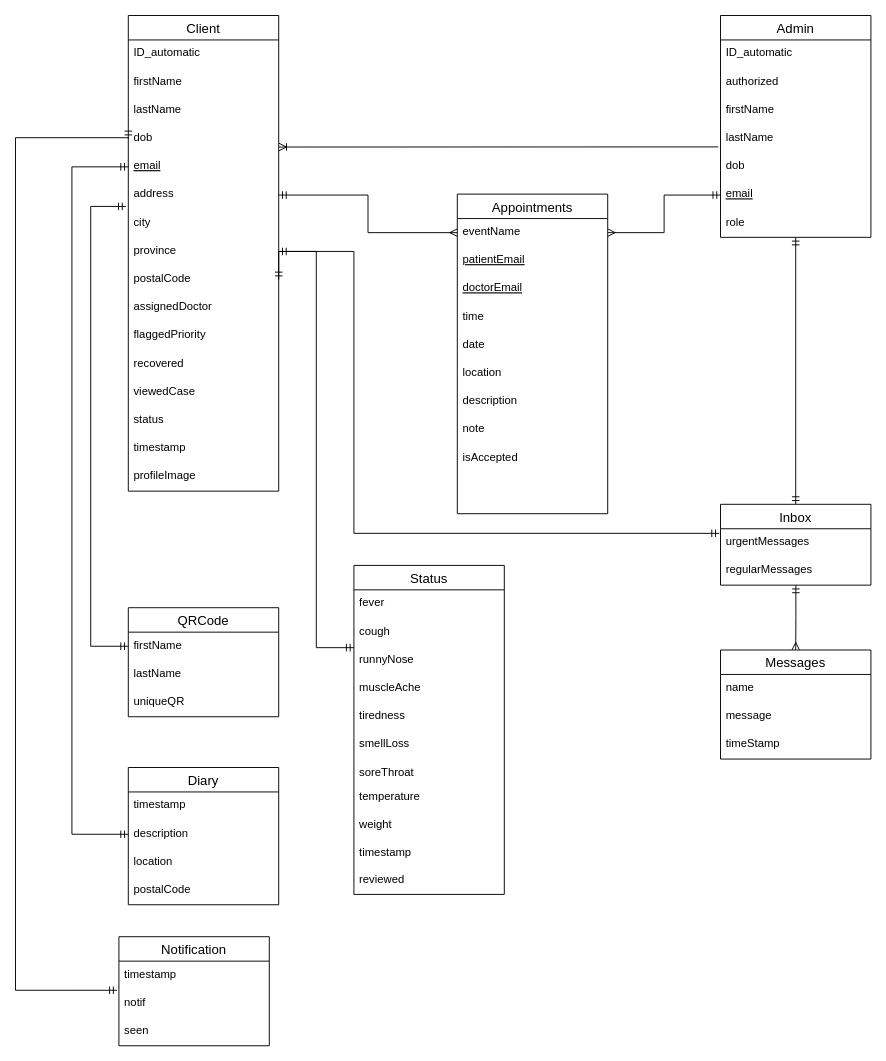
Before: wiki_docs/SAD/Database diagram.drawio in SamanthaGuillemette/SOEN390, a draw.io diagram. Source tidied: cells renumbered, new cells numbered last; positions are measured from the earlier drawing's top-left corner, leaving out a move shared by most shapes. Both pictures are drawn from the tidied source at 94%, with x=0, y=0 at pixel (15, 15).
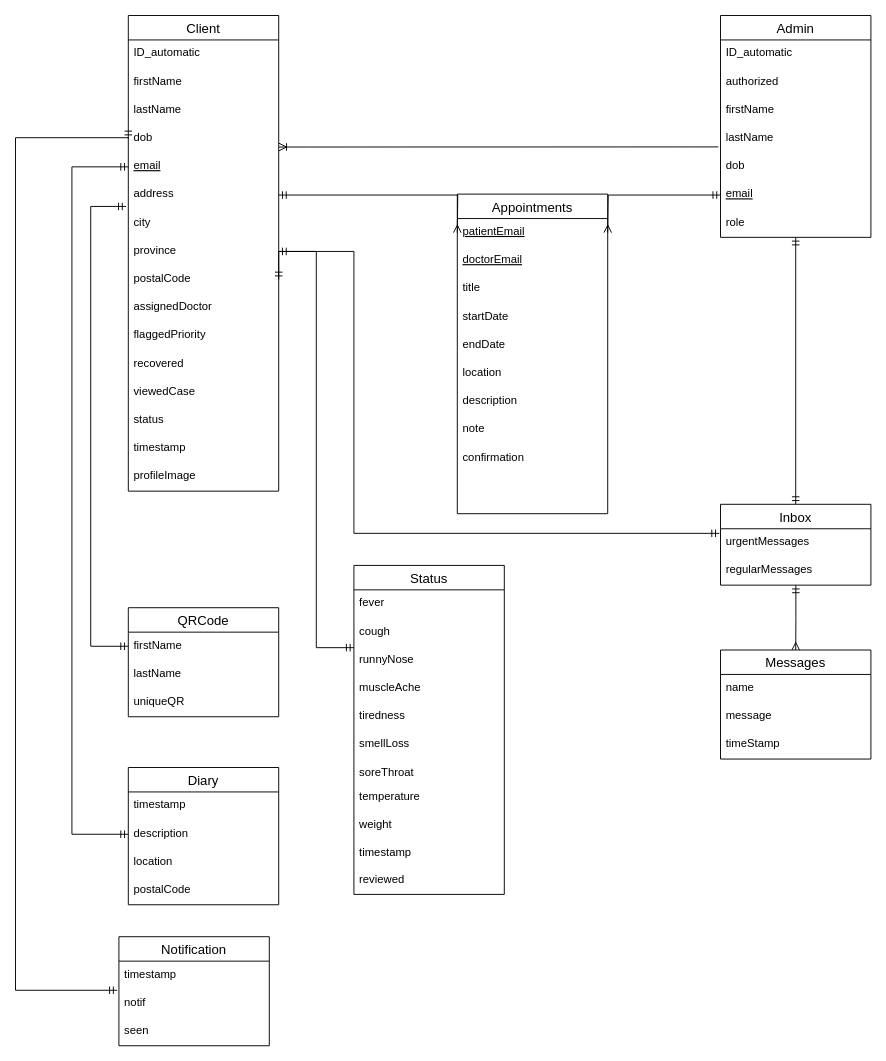
The same diagram, later.

Unchanged cells that the change refers to:
```xml
<mxCell id="20" value="address" style="text;strokeColor=none;fillColor=none;spacingLeft=4;spacingRight=4;overflow=hidden;points=[[0,0.5],[1,0.5]];portConstraint=eastwest;fontSize=12;" parent="14" vertex="1">
  <mxGeometry y="176" width="160" height="30" as="geometry" />
</mxCell>
<mxCell id="37" value="email" style="text;strokeColor=none;fillColor=none;spacingLeft=4;spacingRight=4;overflow=hidden;points=[[0,0.5],[1,0.5]];portConstraint=eastwest;fontSize=12;fontStyle=4;" parent="31" vertex="1">
  <mxGeometry y="176" width="160" height="30" as="geometry" />
</mxCell>
<mxCell id="39" value="Appointments" style="swimlane;fontStyle=0;horizontal=1;startSize=26;align=center;fontSize=14;" parent="1" vertex="1">
  <mxGeometry x="470" y="190" width="160" height="340" as="geometry" />
</mxCell>
```

What changed in the source:
```diff
@@
-    <mxCell id="40" value="eventName" style="text;strokeColor=none;fillColor=none;spacingLeft=4;spacingRight=4;overflow=hidden;points=[[0,0.5],[1,0.5]];portConstraint=eastwest;fontSize=12;" parent="39" vertex="1">
-      <mxGeometry y="26" width="160" height="30" as="geometry" />
-    </mxCell>
     <mxCell id="41" value="patientEmail" style="text;strokeColor=none;fillColor=none;spacingLeft=4;spacingRight=4;overflow=hidden;fontSize=12;fontStyle=4;" parent="39" vertex="1">
-      <mxGeometry y="56" width="160" height="30" as="geometry" />
+      <mxGeometry y="26" width="160" height="30" as="geometry" />
     </mxCell>
     <mxCell id="42" value="doctorEmail" style="text;strokeColor=none;fillColor=none;spacingLeft=4;spacingRight=4;overflow=hidden;fontSize=12;fontStyle=4;" parent="39" vertex="1">
-      <mxGeometry y="86" width="160" height="30" as="geometry" />
+      <mxGeometry y="56" width="160" height="30" as="geometry" />
     </mxCell>
-    <mxCell id="43" value="time" style="text;strokeColor=none;fillColor=none;spacingLeft=4;spacingRight=4;overflow=hidden;fontSize=12;" parent="39" vertex="1">
-      <mxGeometry y="116" width="160" height="30" as="geometry" />
+    <mxCell id="43" value="title" style="text;strokeColor=none;fillColor=none;spacingLeft=4;spacingRight=4;overflow=hidden;fontSize=12;" parent="39" vertex="1">
+      <mxGeometry y="86" width="160" height="30" as="geometry" />
     </mxCell>
-    <mxCell id="44" value="date" style="text;strokeColor=none;fillColor=none;spacingLeft=4;spacingRight=4;overflow=hidden;fontSize=12;" parent="39" vertex="1">
-      <mxGeometry y="146" width="160" height="30" as="geometry" />
+    <mxCell id="44" value="startDate&#10;" style="text;strokeColor=none;fillColor=none;spacingLeft=4;spacingRight=4;overflow=hidden;fontSize=12;" parent="39" vertex="1">
+      <mxGeometry y="116" width="160" height="30" as="geometry" />
     </mxCell>
+    <mxCell id="79" value="endDate&#10;" style="text;strokeColor=none;fillColor=none;spacingLeft=4;spacingRight=4;overflow=hidden;fontSize=12;" parent="39" vertex="1">
+      <mxGeometry y="146" width="160" height="30" as="geometry" />
+    </mxCell>
@@
-    <mxCell id="48" value="isAccepted" style="text;strokeColor=none;fillColor=none;spacingLeft=4;spacingRight=4;overflow=hidden;fontSize=12;" parent="39" vertex="1">
+    <mxCell id="48" value="confirmation" style="text;strokeColor=none;fillColor=none;spacingLeft=4;spacingRight=4;overflow=hidden;fontSize=12;" parent="39" vertex="1">
       <mxGeometry y="266" width="160" height="74" as="geometry" />
     </mxCell>
@@
-    <mxCell id="63" style="edgeStyle=orthogonalEdgeStyle;rounded=0;jettySize=auto;html=1;exitX=1;exitY=0.5;exitDx=0;exitDy=0;entryX=0;entryY=0.5;entryDx=0;entryDy=0;endArrow=ERmany;endFill=0;startArrow=ERmandOne;startFill=0;" parent="1" edge="1" source="20" target="40">
-      <mxGeometry relative="1" as="geometry" />
+    <mxCell id="63" style="edgeStyle=orthogonalEdgeStyle;rounded=0;jettySize=auto;html=1;exitX=1;exitY=0.5;exitDx=0;exitDy=0;entryX=0;entryY=0.5;entryDx=0;entryDy=0;endArrow=ERmany;endFill=0;startArrow=ERmandOne;startFill=0;" parent="1" edge="1" source="20">
+      <mxGeometry relative="1" as="geometry">
+        <mxPoint x="470" y="231" as="targetPoint" />
+      </mxGeometry>
     </mxCell>
-    <mxCell id="64" style="edgeStyle=orthogonalEdgeStyle;rounded=0;jettySize=auto;html=1;exitX=1;exitY=0.5;exitDx=0;exitDy=0;entryX=0;entryY=0.5;entryDx=0;entryDy=0;startArrow=ERmany;startFill=0;endArrow=ERmandOne;endFill=0;" parent="1" edge="1" source="40" target="37">
-      <mxGeometry relative="1" as="geometry" />
+    <mxCell id="64" style="edgeStyle=orthogonalEdgeStyle;rounded=0;jettySize=auto;html=1;exitX=1;exitY=0.5;exitDx=0;exitDy=0;entryX=0;entryY=0.5;entryDx=0;entryDy=0;startArrow=ERmany;startFill=0;endArrow=ERmandOne;endFill=0;" parent="1" edge="1" target="37">
+      <mxGeometry relative="1" as="geometry">
+        <mxPoint x="630" y="231" as="sourcePoint" />
+      </mxGeometry>
     </mxCell>
```
